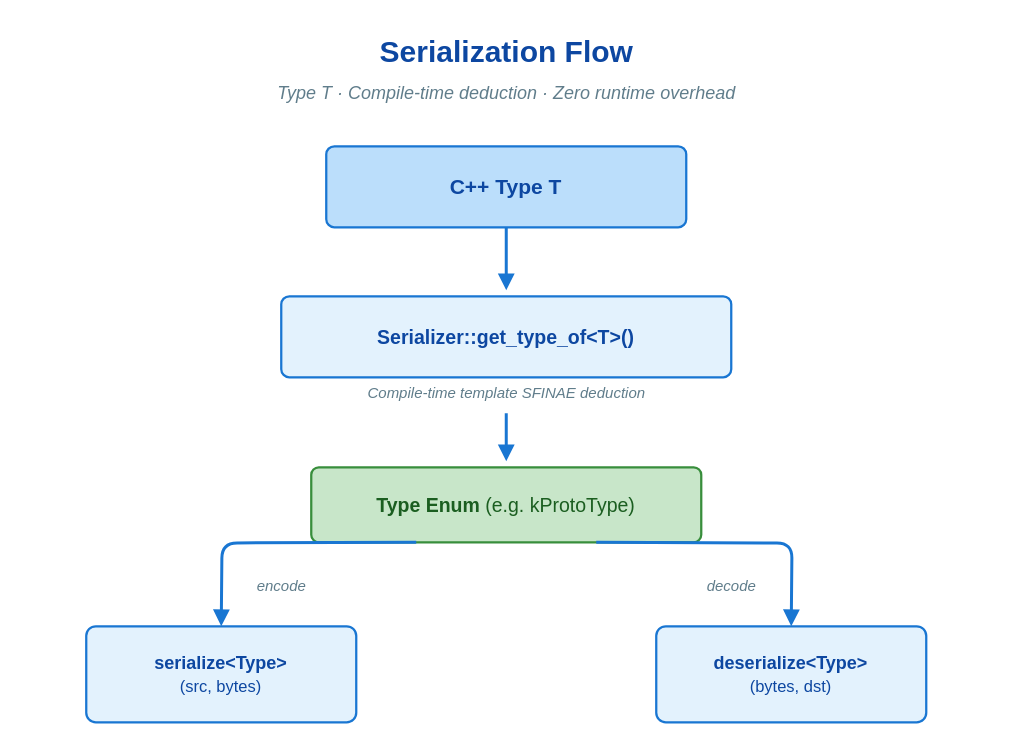
The draw.io diagram doc/images/serialization-flow.drawio in thun-res/vlink, before the edit. Source tidied: cells renumbered, new cells numbered last; positions are measured from the earlier drawing's top-left corner, leaving out a move shared by most shapes. Both pictures are drawn from the tidied source at 150%, with x=0, y=0 at pixel (26, 26).
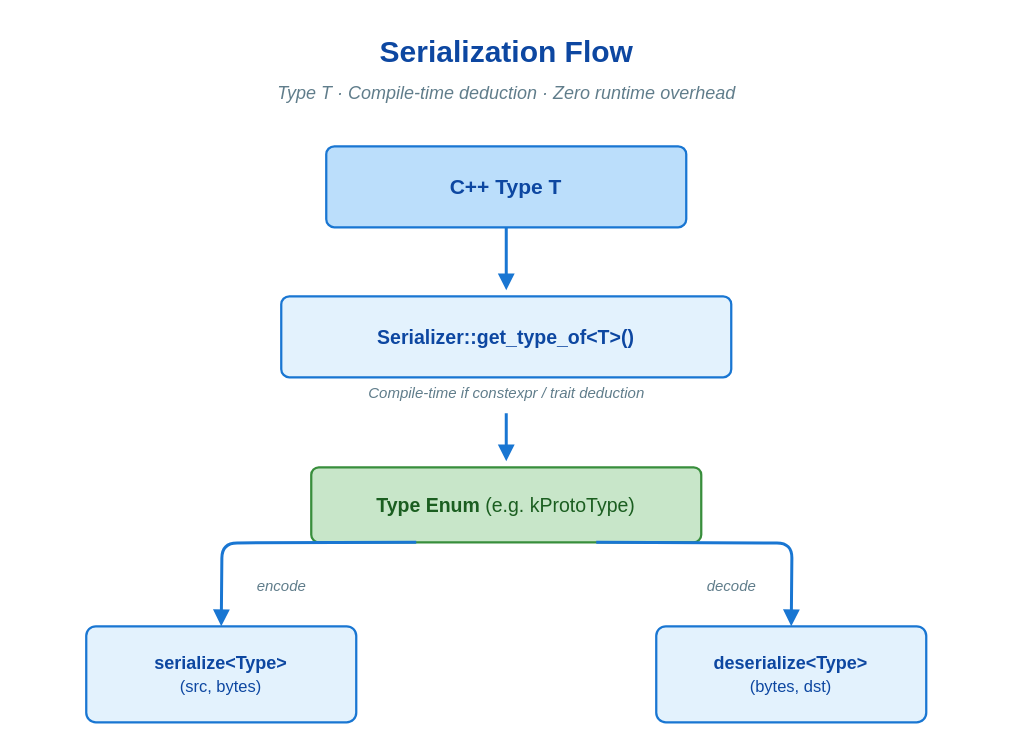
After the change.

What changed in the source:
```diff
@@
 <mxGraphModel>
   <root>
     <mxCell id="0" />
     <mxCell id="1" parent="0" />
     <mxCell id="2" value="Serialization Flow" style="text;html=1;align=center;verticalAlign=middle;strokeColor=none;fillColor=none;fontFamily=Helvetica;fontSize=20;fontStyle=1;fontColor=#0d47a1;" parent="1" vertex="1">
       <mxGeometry width="640" height="32" as="geometry" />
     </mxCell>
     <mxCell id="3" value="Type T  ·  Compile-time deduction  ·  Zero runtime overhead" style="text;html=1;align=center;verticalAlign=middle;strokeColor=none;fillColor=none;fontFamily=Helvetica;fontSize=12;fontStyle=2;fontColor=#607d8b;" parent="1" vertex="1">
       <mxGeometry y="34" width="640" height="22" as="geometry" />
     </mxCell>
     <mxCell id="4" value="&lt;b&gt;C++ Type T&lt;/b&gt;" style="rounded=1;whiteSpace=wrap;html=1;fillColor=#bbdefb;strokeColor=#1976d2;strokeWidth=1.5;arcSize=10;fontFamily=Helvetica;fontSize=14;fontColor=#0d47a1;shadow=0;" parent="1" vertex="1">
       <mxGeometry x="200" y="80" width="240" height="54" as="geometry" />
     </mxCell>
     <mxCell id="5" style="endArrow=block;endFill=1;html=1;strokeWidth=2;strokeColor=#1976d2;" parent="1" edge="1">
       <mxGeometry relative="1" as="geometry">
         <mxPoint x="320" y="134" as="sourcePoint" />
         <mxPoint x="320" y="176" as="targetPoint" />
       </mxGeometry>
     </mxCell>
     <mxCell id="6" value="&lt;b&gt;Serializer::get_type_of&amp;lt;T&amp;gt;()&lt;/b&gt;" style="rounded=1;whiteSpace=wrap;html=1;fillColor=#e3f2fd;strokeColor=#1976d2;strokeWidth=1.5;arcSize=10;fontFamily=Helvetica;fontSize=13;fontColor=#0d47a1;shadow=0;" parent="1" vertex="1">
       <mxGeometry x="170" y="180" width="300" height="54" as="geometry" />
     </mxCell>
-    <mxCell id="7" value="Compile-time template SFINAE deduction" style="text;html=1;align=center;verticalAlign=middle;strokeColor=none;fillColor=none;fontFamily=Helvetica;fontSize=10;fontStyle=2;fontColor=#607d8b;" parent="1" vertex="1">
+    <mxCell id="7" value="Compile-time if constexpr / trait deduction" style="text;html=1;align=center;verticalAlign=middle;strokeColor=none;fillColor=none;fontFamily=Helvetica;fontSize=10;fontStyle=2;fontColor=#607d8b;" parent="1" vertex="1">
       <mxGeometry x="170" y="234" width="300" height="20" as="geometry" />
     </mxCell>
     <mxCell id="8" style="endArrow=block;endFill=1;html=1;strokeWidth=2;strokeColor=#1976d2;" parent="1" edge="1">
       <mxGeometry relative="1" as="geometry">
         <mxPoint x="320" y="258" as="sourcePoint" />
         <mxPoint x="320" y="290" as="targetPoint" />
       </mxGeometry>
     </mxCell>
     <mxCell id="9" value="&lt;b&gt;Type Enum&lt;/b&gt;  (e.g. kProtoType)" style="rounded=1;whiteSpace=wrap;html=1;fillColor=#c8e6c9;strokeColor=#388e3c;strokeWidth=1.5;arcSize=10;fontFamily=Helvetica;fontSize=13;fontColor=#1b5e20;shadow=0;" parent="1" vertex="1">
       <mxGeometry x="190" y="294" width="260" height="50" as="geometry" />
     </mxCell>
     <mxCell id="10" style="endArrow=block;endFill=1;html=1;strokeWidth=2;strokeColor=#1976d2;edgeStyle=orthogonalEdgeStyle;rounded=1;" parent="1" edge="1">
       <mxGeometry relative="1" as="geometry">
         <mxPoint x="260" y="344" as="sourcePoint" />
         <mxPoint x="130" y="400" as="targetPoint" />
       </mxGeometry>
     </mxCell>
     <mxCell id="11" style="endArrow=block;endFill=1;html=1;strokeWidth=2;strokeColor=#1976d2;edgeStyle=orthogonalEdgeStyle;rounded=1;" parent="1" edge="1">
       <mxGeometry relative="1" as="geometry">
         <mxPoint x="380" y="344" as="sourcePoint" />
         <mxPoint x="510" y="400" as="targetPoint" />
       </mxGeometry>
     </mxCell>
     <mxCell id="12" value="&lt;b&gt;serialize&amp;lt;Type&amp;gt;&lt;/b&gt;&lt;br/&gt;&lt;span style=&quot;font-size:11px;&quot;&gt;(src, bytes)&lt;/span&gt;" style="rounded=1;whiteSpace=wrap;html=1;fillColor=#e3f2fd;strokeColor=#1976d2;strokeWidth=1.5;arcSize=10;fontFamily=Helvetica;fontSize=12;fontColor=#0d47a1;shadow=0;" parent="1" vertex="1">
       <mxGeometry x="40" y="400" width="180" height="64" as="geometry" />
     </mxCell>
     <mxCell id="13" value="&lt;b&gt;deserialize&amp;lt;Type&amp;gt;&lt;/b&gt;&lt;br/&gt;&lt;span style=&quot;font-size:11px;&quot;&gt;(bytes, dst)&lt;/span&gt;" style="rounded=1;whiteSpace=wrap;html=1;fillColor=#e3f2fd;strokeColor=#1976d2;strokeWidth=1.5;arcSize=10;fontFamily=Helvetica;fontSize=12;fontColor=#0d47a1;shadow=0;" parent="1" vertex="1">
       <mxGeometry x="420" y="400" width="180" height="64" as="geometry" />
     </mxCell>
     <mxCell id="14" value="encode" style="text;html=1;align=center;verticalAlign=middle;strokeColor=none;fillColor=none;fontFamily=Helvetica;fontSize=10;fontStyle=2;fontColor=#607d8b;" parent="1" vertex="1">
       <mxGeometry x="140" y="364" width="60" height="18" as="geometry" />
     </mxCell>
     <mxCell id="15" value="decode" style="text;html=1;align=center;verticalAlign=middle;strokeColor=none;fillColor=none;fontFamily=Helvetica;fontSize=10;fontStyle=2;fontColor=#607d8b;" parent="1" vertex="1">
       <mxGeometry x="440" y="364" width="60" height="18" as="geometry" />
     </mxCell>
   </root>
 </mxGraphModel>
```
